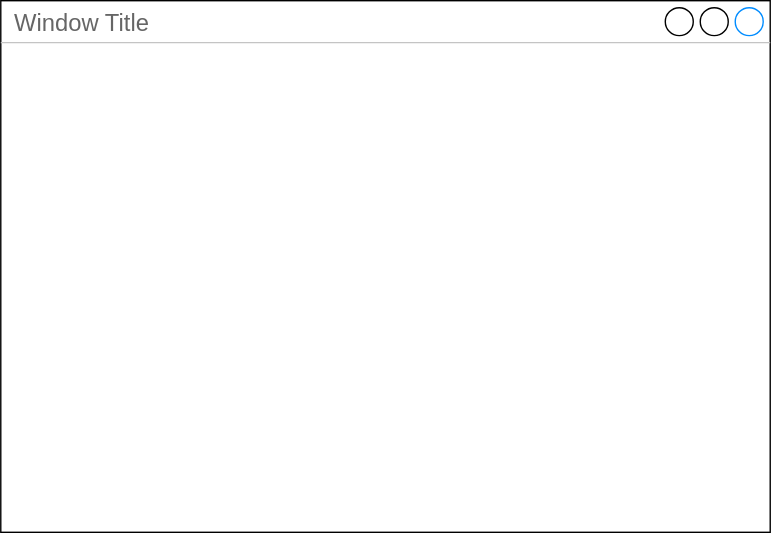
Above: クラス図.drawio.svg in YamagataRyota/sampleRepo (draw.io), before the change. Source tidied: cells renumbered, new cells last; positions are measured from the earlier drawing's top-left corner, leaving out a move shared by most shapes.
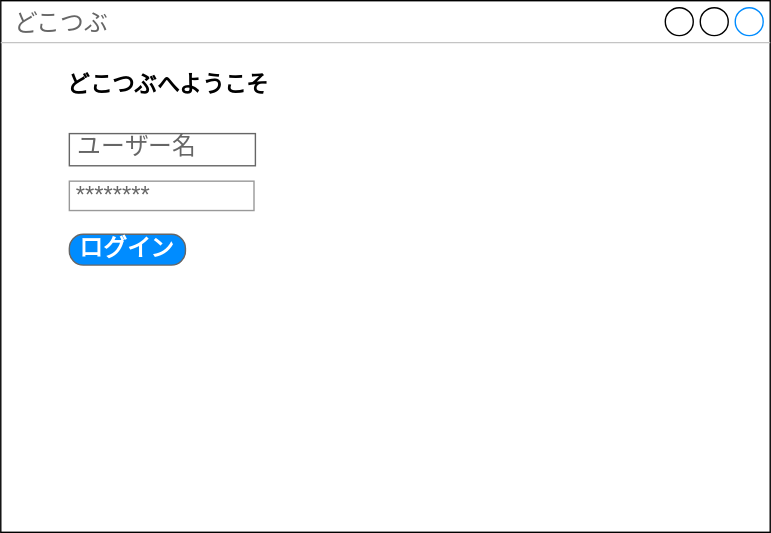
The same file after the commit.

Commit message:
クラス図.drawio.svg を更新します

What changed in the source:
```diff
@@ -2,8 +2,20 @@
   <root>
     <mxCell id="0" />
     <mxCell id="1" parent="0" />
-    <mxCell id="2" value="Window Title" style="strokeWidth=1;shadow=0;dashed=0;align=center;html=1;shape=mxgraph.mockup.containers.window;align=left;verticalAlign=top;spacingLeft=8;strokeColor2=#008cff;strokeColor3=#c4c4c4;fontColor=#666666;mainText=;fontSize=17;labelBackgroundColor=none;whiteSpace=wrap;" parent="1" vertex="1">
+    <mxCell id="2" value="どこつぶ" style="strokeWidth=1;shadow=0;dashed=0;align=center;html=1;shape=mxgraph.mockup.containers.window;align=left;verticalAlign=top;spacingLeft=8;strokeColor2=#008cff;strokeColor3=#c4c4c4;fontColor=#666666;mainText=;fontSize=17;labelBackgroundColor=none;whiteSpace=wrap;" parent="1" vertex="1">
       <mxGeometry width="550" height="380" as="geometry" />
     </mxCell>
+    <mxCell id="3" value="********" style="strokeWidth=1;shadow=0;dashed=0;align=center;html=1;shape=mxgraph.mockup.forms.pwField;strokeColor=#999999;mainText=;align=left;fontColor=#666666;fontSize=17;spacingLeft=3;" parent="1" vertex="1">
+      <mxGeometry x="49" y="129" width="132" height="21" as="geometry" />
+    </mxCell>
+    <mxCell id="4" value="&lt;b&gt;どこつぶへようこそ&lt;/b&gt;" style="text;strokeColor=none;fillColor=none;html=1;align=center;verticalAlign=middle;whiteSpace=wrap;rounded=0;fontSize=16;" parent="1" vertex="1">
+      <mxGeometry x="33" y="45" width="174" height="30" as="geometry" />
+    </mxCell>
+    <mxCell id="5" value="ユーザー名" style="strokeWidth=1;shadow=0;dashed=0;align=center;html=1;shape=mxgraph.mockup.text.textBox;fontColor=#666666;align=left;fontSize=17;spacingLeft=4;spacingTop=-3;whiteSpace=wrap;strokeColor=#666666;mainText=;" parent="1" vertex="1">
+      <mxGeometry x="49" y="95" width="133" height="23" as="geometry" />
+    </mxCell>
+    <mxCell id="6" value="ログイン" style="strokeWidth=1;shadow=0;dashed=0;align=center;html=1;shape=mxgraph.mockup.buttons.button;strokeColor=#666666;fontColor=#ffffff;mainText=;buttonStyle=round;fontSize=17;fontStyle=1;fillColor=#008cff;whiteSpace=wrap;" parent="1" vertex="1">
+      <mxGeometry x="49" y="167" width="83" height="22" as="geometry" />
+    </mxCell>
   </root>
 </mxGraphModel>
```
